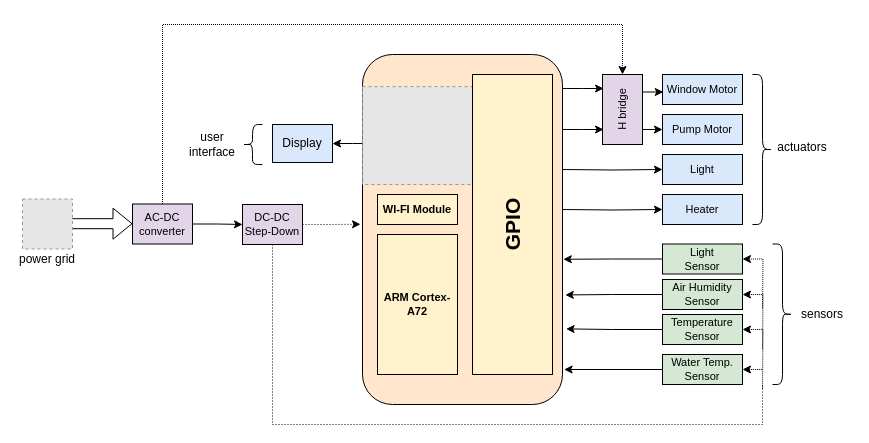
The draw.io diagram Diagrams/Hardware Architeture v2.drawio in rafaelandrepedro/embebidos2122, before the edit. Source tidied: cells renumbered, new cells numbered last; positions are measured from the earlier drawing's top-left corner, leaving out a move shared by most shapes. Both pictures are drawn from the tidied source at 100%, with x=0, y=0 at pixel (17, 24). Pictures stored in the file or linked from it are replaced by grey dashed boxes.
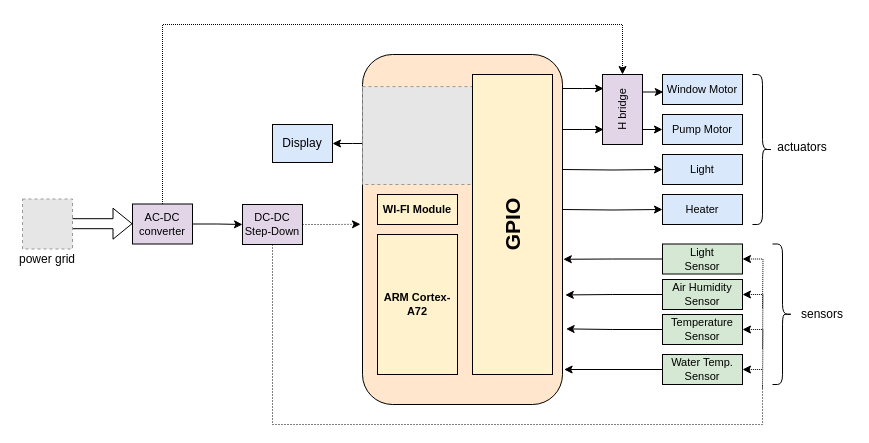
The same diagram, later.

Change to the diagram source:
```diff
@@
-    <mxCell id="39" style="shape=curlyBracket;whiteSpace=wrap;html=1;rounded=1;strokeColor=#000000;" parent="1" vertex="1">
-      <mxGeometry x="225" y="100" width="20" height="40" as="geometry" />
-    </mxCell>
-    <mxCell id="40" value="user interface" style="text;html=1;strokeColor=none;fillColor=none;align=center;verticalAlign=middle;whiteSpace=wrap;rounded=0;" parent="1" vertex="1">
-      <mxGeometry x="165" y="105" width="60" height="30" as="geometry" />
-    </mxCell>
```
